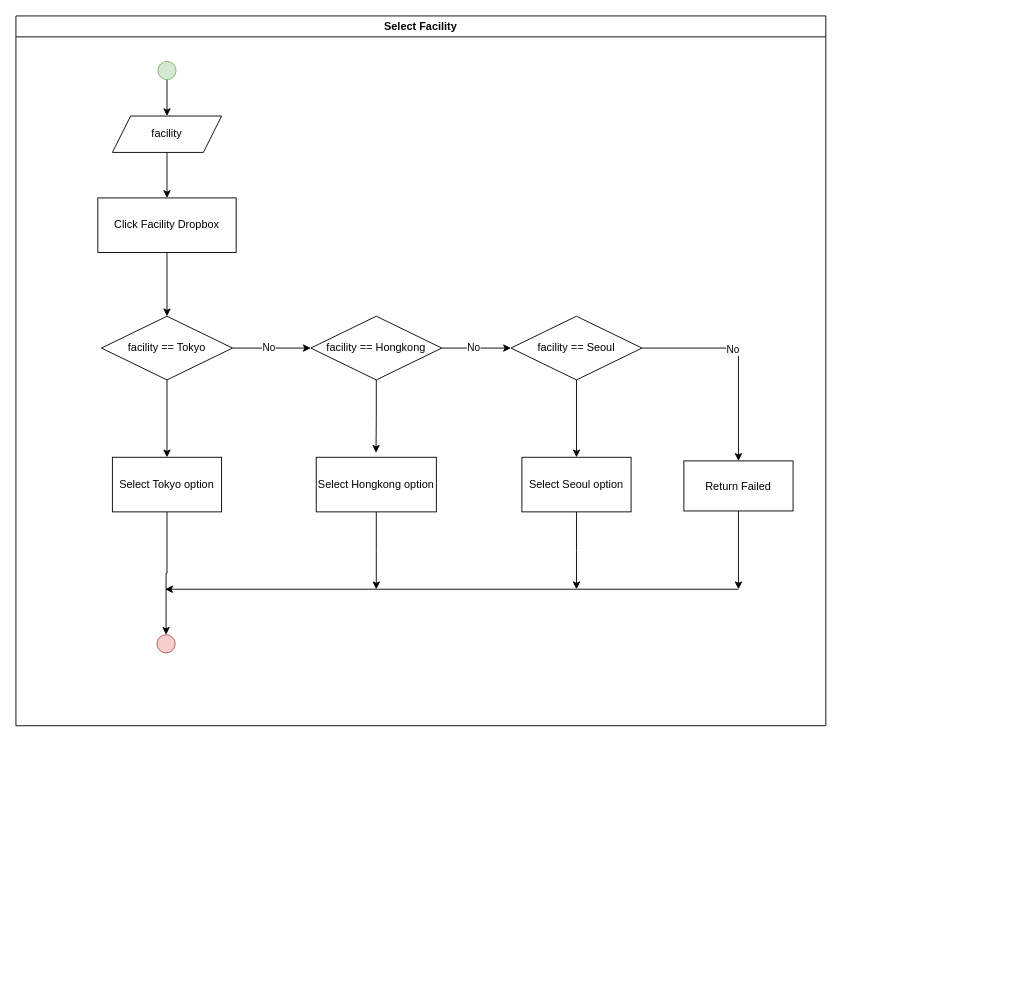
The draw.io diagram page "Select Facility" (4 of 10) of Docs/TestMakeAppointmentPage.drawio in MinhNguyen3/RobotFrameworkTraining, before the edit. Source tidied: cells renumbered, new cells numbered last; positions are measured from the earlier drawing's top-left corner, leaving out a move shared by most shapes. Both pictures are drawn from the tidied source at 91%, with x=0, y=0 at pixel (15, 15).
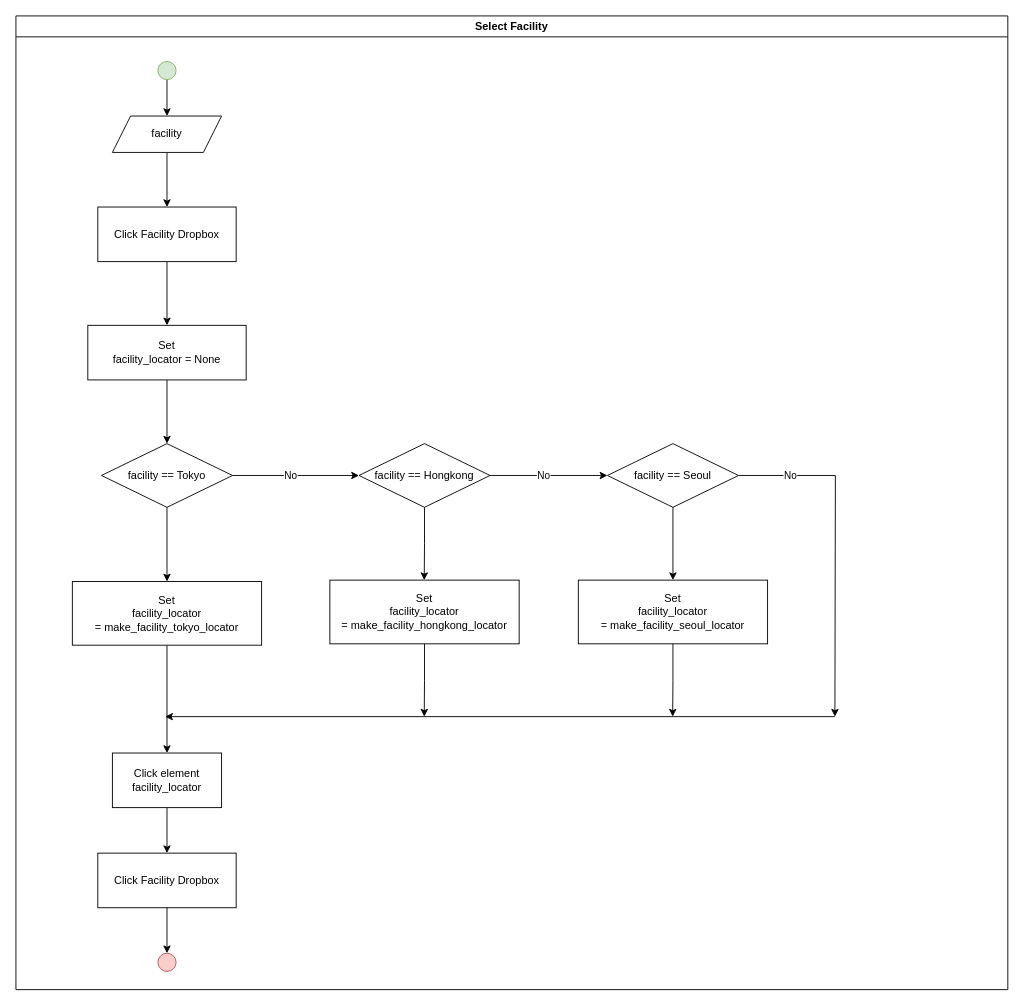
The same page after the edit.

Commit message (it also covers changes not shown here):
Rewrite Select Facility, Select Healthcare Program Redraw flowchart

The edit, as a diff of the source:
```diff
@@
     <mxCell id="2" value="Select Facility" style="swimlane;whiteSpace=wrap;html=1;" parent="1" vertex="1">
-      <mxGeometry width="890" height="780" as="geometry" />
+      <mxGeometry width="1090" height="1070" as="geometry" />
     </mxCell>
@@
+    <mxCell id="31" style="edgeStyle=orthogonalEdgeStyle;rounded=0;jettySize=auto;html=1;" parent="2" edge="1" source="22" target="33">
+      <mxGeometry relative="1" as="geometry" />
+    </mxCell>
+    <mxCell id="22" value="Click Facility Dropbox" style="whiteSpace=wrap;html=1;" parent="2" vertex="1">
+      <mxGeometry x="90" y="210" width="152" height="60" as="geometry" />
+    </mxCell>
+    <mxCell id="32" style="edgeStyle=orthogonalEdgeStyle;rounded=0;jettySize=auto;html=1;" parent="2" edge="1" source="33" target="10">
+      <mxGeometry relative="1" as="geometry" />
+    </mxCell>
+    <mxCell id="33" value="&lt;div&gt;Set&lt;/div&gt;facility_locator = None" style="whiteSpace=wrap;html=1;" parent="2" vertex="1">
+      <mxGeometry x="79" y="340" width="174" height="60" as="geometry" />
+    </mxCell>
@@
-    <mxCell id="9" style="edgeStyle=orthogonalEdgeStyle;rounded=0;jettySize=auto;html=1;" parent="2" edge="1" source="10" target="24">
-      <mxGeometry relative="1" as="geometry" />
-    </mxCell>
+    <mxCell id="34" style="edgeStyle=orthogonalEdgeStyle;rounded=0;jettySize=auto;html=1;" parent="2" edge="1" source="10" target="39">
+      <mxGeometry relative="1" as="geometry" />
+    </mxCell>
     <mxCell id="10" value="facility == Tokyo" style="rhombus;whiteSpace=wrap;html=1;" parent="2" vertex="1">
-      <mxGeometry x="94" y="330" width="144" height="70" as="geometry" />
+      <mxGeometry x="94" y="470" width="144" height="70" as="geometry" />
     </mxCell>
@@
     <mxCell id="13" style="edgeStyle=orthogonalEdgeStyle;rounded=0;jettySize=auto;html=1;exitX=0.5;exitY=1;exitDx=0;exitDy=0;" parent="2" edge="1" source="14">
       <mxGeometry relative="1" as="geometry">
-        <mxPoint x="395.7" y="480" as="targetPoint" />
+        <mxPoint x="448.7" y="620" as="targetPoint" />
       </mxGeometry>
     </mxCell>
     <mxCell id="14" value="facility == Hongkong" style="rhombus;whiteSpace=wrap;html=1;" parent="2" vertex="1">
-      <mxGeometry x="324" y="330" width="144" height="70" as="geometry" />
+      <mxGeometry x="377" y="470" width="144" height="70" as="geometry" />
     </mxCell>
-    <mxCell id="15" style="edgeStyle=orthogonalEdgeStyle;rounded=0;jettySize=auto;html=1;exitX=1;exitY=0.5;exitDx=0;exitDy=0;entryX=0.5;entryY=0;entryDx=0;entryDy=0;" parent="2" edge="1" source="18" target="20">
-      <mxGeometry relative="1" as="geometry" />
+    <mxCell id="15" style="edgeStyle=orthogonalEdgeStyle;rounded=0;jettySize=auto;html=1;exitX=1;exitY=0.5;exitDx=0;exitDy=0;" parent="2" edge="1" source="18">
+      <mxGeometry relative="1" as="geometry">
+        <mxPoint x="900" y="770" as="targetPoint" />
+      </mxGeometry>
     </mxCell>
     <mxCell id="16" value="No" style="edgeLabel;html=1;align=center;verticalAlign=middle;" parent="15" vertex="1">
-      <mxGeometry x="-0.14" y="-1" relative="1" as="geometry" />
+      <mxGeometry x="-0.14" y="-1" relative="1" as="geometry">
+        <mxPoint x="-49" y="-54" as="offset" />
+      </mxGeometry>
     </mxCell>
-    <mxCell id="17" style="edgeStyle=orthogonalEdgeStyle;rounded=0;jettySize=auto;html=1;exitX=0.5;exitY=1;exitDx=0;exitDy=0;entryX=0.5;entryY=0;entryDx=0;entryDy=0;" parent="2" edge="1" source="18" target="28">
-      <mxGeometry relative="1" as="geometry" />
-    </mxCell>
+    <mxCell id="35" style="edgeStyle=orthogonalEdgeStyle;rounded=0;jettySize=auto;html=1;" parent="2" edge="1" source="18" target="41">
+      <mxGeometry relative="1" as="geometry" />
+    </mxCell>
     <mxCell id="18" value="facility == Seoul" style="rhombus;whiteSpace=wrap;html=1;" parent="2" vertex="1">
-      <mxGeometry x="544" y="330" width="144" height="70" as="geometry" />
+      <mxGeometry x="650" y="470" width="144" height="70" as="geometry" />
     </mxCell>
-    <mxCell id="19" style="edgeStyle=orthogonalEdgeStyle;rounded=0;jettySize=auto;html=1;exitX=0.5;exitY=1;exitDx=0;exitDy=0;" parent="2" edge="1" source="20">
-      <mxGeometry relative="1" as="geometry">
-        <mxPoint x="794" y="630" as="targetPoint" />
-      </mxGeometry>
-    </mxCell>
-    <mxCell id="20" value="Return Failed" style="rounded=0;whiteSpace=wrap;html=1;" parent="2" vertex="1">
-      <mxGeometry x="734" y="489" width="120" height="55" as="geometry" />
-    </mxCell>
-    <mxCell id="21" style="edgeStyle=orthogonalEdgeStyle;rounded=0;jettySize=auto;html=1;exitX=0.5;exitY=1;exitDx=0;exitDy=0;entryX=0.5;entryY=0;entryDx=0;entryDy=0;" parent="2" edge="1" source="22" target="10">
-      <mxGeometry relative="1" as="geometry" />
-    </mxCell>
-    <mxCell id="22" value="Click Facility Dropbox" style="whiteSpace=wrap;html=1;" parent="2" vertex="1">
-      <mxGeometry x="90" y="200" width="152" height="60" as="geometry" />
-    </mxCell>
-    <mxCell id="23" style="edgeStyle=orthogonalEdgeStyle;rounded=0;jettySize=auto;html=1;exitX=0.5;exitY=1;exitDx=0;exitDy=0;entryX=0.5;entryY=0;entryDx=0;entryDy=0;" parent="2" edge="1" source="24" target="29">
-      <mxGeometry relative="1" as="geometry" />
-    </mxCell>
-    <mxCell id="24" value="Select Tokyo option" style="whiteSpace=wrap;html=1;" parent="2" vertex="1">
-      <mxGeometry x="106" y="485" width="120" height="60" as="geometry" />
-    </mxCell>
-    <mxCell id="25" style="edgeStyle=orthogonalEdgeStyle;rounded=0;jettySize=auto;html=1;exitX=0.5;exitY=1;exitDx=0;exitDy=0;" parent="2" edge="1" source="26">
-      <mxGeometry relative="1" as="geometry">
-        <mxPoint x="396" y="630" as="targetPoint" />
-      </mxGeometry>
-    </mxCell>
-    <mxCell id="26" value="Select Hongkong option" style="whiteSpace=wrap;html=1;" parent="2" vertex="1">
-      <mxGeometry x="330" y="485" width="132" height="60" as="geometry" />
-    </mxCell>
-    <mxCell id="27" style="edgeStyle=orthogonalEdgeStyle;rounded=0;jettySize=auto;html=1;exitX=0.5;exitY=1;exitDx=0;exitDy=0;" parent="2" edge="1" source="28">
-      <mxGeometry relative="1" as="geometry">
-        <mxPoint x="616" y="630" as="targetPoint" />
-      </mxGeometry>
-    </mxCell>
-    <mxCell id="28" value="Select Seoul option" style="whiteSpace=wrap;html=1;" parent="2" vertex="1">
-      <mxGeometry x="556" y="485" width="120" height="60" as="geometry" />
-    </mxCell>
+    <mxCell id="30" style="endArrow=classic;html=1;rounded=0;" parent="2" edge="1">
+      <mxGeometry relative="1" as="geometry">
+        <mxPoint x="900" y="770" as="sourcePoint" />
+        <mxPoint x="164" y="770" as="targetPoint" />
+      </mxGeometry>
+    </mxCell>
+    <mxCell id="36" style="edgeStyle=orthogonalEdgeStyle;rounded=0;jettySize=auto;html=1;exitX=0.5;exitY=1;exitDx=0;exitDy=0;" parent="2" edge="1" source="37">
+      <mxGeometry relative="1" as="geometry">
+        <mxPoint x="448.7" y="770" as="targetPoint" />
+      </mxGeometry>
+    </mxCell>
+    <mxCell id="37" value="&lt;div&gt;Set&lt;/div&gt;facility_locator =&amp;nbsp;make_facility_hongkong_locator" style="whiteSpace=wrap;html=1;" parent="2" vertex="1">
+      <mxGeometry x="345" y="620" width="208" height="70" as="geometry" />
+    </mxCell>
+    <mxCell id="38" style="edgeStyle=orthogonalEdgeStyle;rounded=0;jettySize=auto;html=1;" parent="2" edge="1" source="39" target="43">
+      <mxGeometry relative="1" as="geometry" />
+    </mxCell>
+    <mxCell id="39" value="&lt;div&gt;Set&lt;/div&gt;facility_locator =&amp;nbsp;make_facility_tokyo_locator" style="whiteSpace=wrap;html=1;" parent="2" vertex="1">
+      <mxGeometry x="62" y="621.5" width="208" height="70" as="geometry" />
+    </mxCell>
+    <mxCell id="40" style="edgeStyle=orthogonalEdgeStyle;rounded=0;jettySize=auto;html=1;exitX=0.5;exitY=1;exitDx=0;exitDy=0;" parent="2" edge="1" source="41">
+      <mxGeometry relative="1" as="geometry">
+        <mxPoint x="721.7" y="770" as="targetPoint" />
+      </mxGeometry>
+    </mxCell>
+    <mxCell id="41" value="&lt;div&gt;Set&lt;/div&gt;facility_locator =&amp;nbsp;make_facility_seoul_locator" style="whiteSpace=wrap;html=1;" parent="2" vertex="1">
+      <mxGeometry x="618" y="620" width="208" height="70" as="geometry" />
+    </mxCell>
+    <mxCell id="42" style="edgeStyle=orthogonalEdgeStyle;rounded=0;jettySize=auto;html=1;" parent="2" edge="1" source="43" target="44">
+      <mxGeometry relative="1" as="geometry" />
+    </mxCell>
+    <mxCell id="43" value="Click element&lt;div&gt;facility_locator&lt;/div&gt;" style="whiteSpace=wrap;html=1;" parent="2" vertex="1">
+      <mxGeometry x="106" y="810" width="120" height="60" as="geometry" />
+    </mxCell>
+    <mxCell id="44" value="Click Facility Dropbox" style="whiteSpace=wrap;html=1;" parent="2" vertex="1">
+      <mxGeometry x="90" y="920" width="152" height="60" as="geometry" />
+    </mxCell>
-    <mxCell id="29" style="ellipse;whiteSpace=wrap;html=1;fillColor=#f8cecc;strokeColor=#b85450;" parent="2" vertex="1">
-      <mxGeometry x="155" y="680" width="20" height="20" as="geometry" />
+    <mxCell id="29" style="ellipse;whiteSpace=wrap;html=1;fillColor=#f8cecc;strokeColor=#b85450;" parent="1" vertex="1">
+      <mxGeometry x="156" y="1030" width="20" height="20" as="geometry" />
     </mxCell>
-    <mxCell id="30" style="endArrow=classic;html=1;rounded=0;" parent="2" edge="1">
-      <mxGeometry relative="1" as="geometry">
-        <mxPoint x="794" y="630" as="sourcePoint" />
-        <mxPoint x="164" y="630" as="targetPoint" />
-      </mxGeometry>
-    </mxCell>
+    <mxCell id="45" style="edgeStyle=orthogonalEdgeStyle;rounded=0;jettySize=auto;html=1;" parent="1" edge="1" source="44" target="29">
+      <mxGeometry relative="1" as="geometry" />
+    </mxCell>
```
